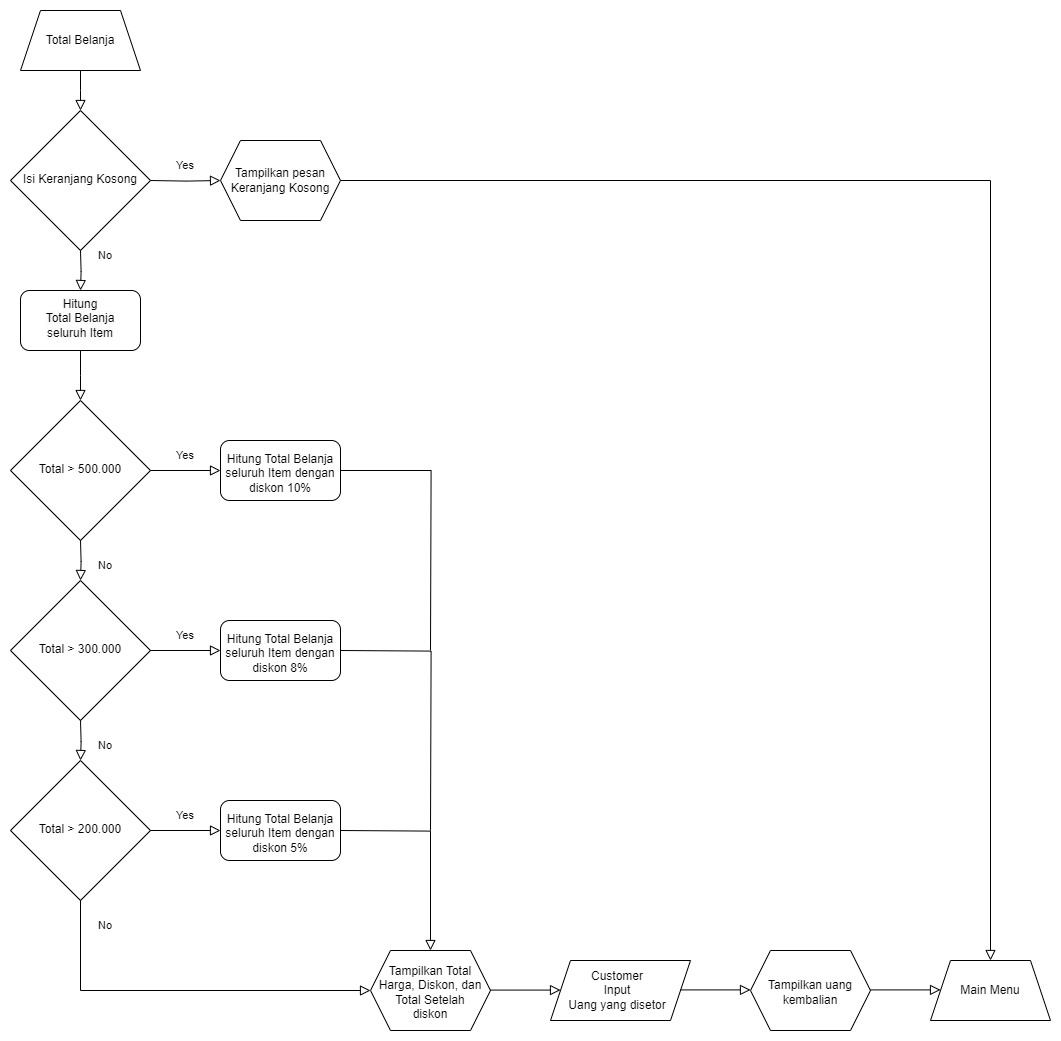
Earlier version of the draw.io export Flowchart/Totalbelanja.png (scofieId16/Super-Cashier). Source tidied: cells renumbered, new cells last; positions are measured from the earlier drawing's top-left corner, leaving out a move shared by most shapes.
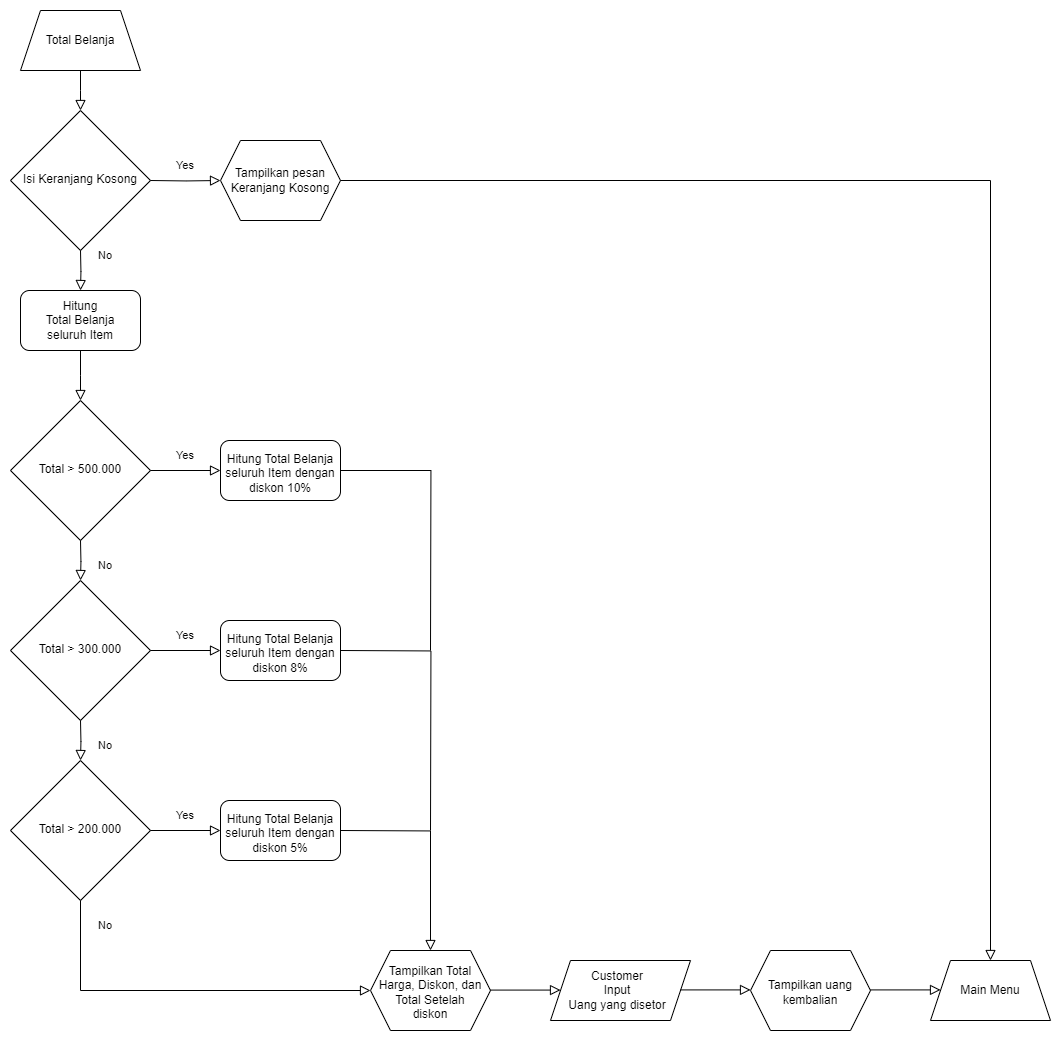
The same diagram one commit later.

Change to the diagram source:
```diff
@@ -117,7 +117,7 @@
     <mxCell id="28" value="&lt;span style=&quot;font-size: 11px;&quot;&gt;No&lt;/span&gt;" style="text;html=1;strokeColor=none;fillColor=none;align=center;verticalAlign=middle;whiteSpace=wrap;rounded=0;labelBackgroundColor=none;" parent="1" vertex="1">
       <mxGeometry x="80" y="900" width="30" height="30" as="geometry" />
     </mxCell>
-    <mxCell id="29" value="&#10;&lt;span style=&quot;color: rgb(0, 0, 0); font-family: Helvetica; font-size: 12px; font-style: normal; font-variant-ligatures: normal; font-variant-caps: normal; font-weight: 400; letter-spacing: normal; orphans: 2; text-align: center; text-indent: 0px; text-transform: none; widows: 2; word-spacing: 0px; -webkit-text-stroke-width: 0px; background-color: rgb(251, 251, 251); text-decoration-thickness: initial; text-decoration-style: initial; text-decoration-color: initial; float: none; display: inline !important;&quot;&gt;Hitung&lt;/span&gt;&lt;br style=&quot;border-color: var(--border-color); color: rgb(0, 0, 0); font-family: Helvetica; font-size: 12px; font-style: normal; font-variant-ligatures: normal; font-variant-caps: normal; font-weight: 400; letter-spacing: normal; orphans: 2; text-align: center; text-indent: 0px; text-transform: none; widows: 2; word-spacing: 0px; -webkit-text-stroke-width: 0px; background-color: rgb(251, 251, 251); text-decoration-thickness: initial; text-decoration-style: initial; text-decoration-color: initial;&quot;&gt;&lt;span style=&quot;color: rgb(0, 0, 0); font-family: Helvetica; font-size: 12px; font-style: normal; font-variant-ligatures: normal; font-variant-caps: normal; font-weight: 400; letter-spacing: normal; orphans: 2; text-align: center; text-indent: 0px; text-transform: none; widows: 2; word-spacing: 0px; -webkit-text-stroke-width: 0px; background-color: rgb(251, 251, 251); text-decoration-thickness: initial; text-decoration-style: initial; text-decoration-color: initial; float: none; display: inline !important;&quot;&gt;Total Belanja&lt;/span&gt;&lt;br style=&quot;border-color: var(--border-color); color: rgb(0, 0, 0); font-family: Helvetica; font-size: 12px; font-style: normal; font-variant-ligatures: normal; font-variant-caps: normal; font-weight: 400; letter-spacing: normal; orphans: 2; text-align: center; text-indent: 0px; text-transform: none; widows: 2; word-spacing: 0px; -webkit-text-stroke-width: 0px; background-color: rgb(251, 251, 251); text-decoration-thickness: initial; text-decoration-style: initial; text-decoration-color: initial;&quot;&gt;&lt;span style=&quot;color: rgb(0, 0, 0); font-family: Helvetica; font-size: 12px; font-style: normal; font-variant-ligatures: normal; font-variant-caps: normal; font-weight: 400; letter-spacing: normal; orphans: 2; text-align: center; text-indent: 0px; text-transform: none; widows: 2; word-spacing: 0px; -webkit-text-stroke-width: 0px; background-color: rgb(251, 251, 251); text-decoration-thickness: initial; text-decoration-style: initial; text-decoration-color: initial; float: none; display: inline !important;&quot;&gt;seluruh Item&lt;/span&gt;&#10;&#10;" style="rounded=1;whiteSpace=wrap;html=1;spacing=0;spacingTop=9;" parent="1" vertex="1">
+    <mxCell id="29" value="Hitung&lt;br style=&quot;border-color: var(--border-color);&quot;&gt;&lt;span style=&quot;border-color: var(--border-color);&quot;&gt;Total Belanja&lt;/span&gt;&lt;br style=&quot;border-color: var(--border-color);&quot;&gt;&lt;span style=&quot;border-color: var(--border-color);&quot;&gt;seluruh Item&lt;/span&gt;" style="rounded=1;whiteSpace=wrap;html=1;spacing=0;spacingTop=9;align=center;spacingBottom=10;" parent="1" vertex="1">
       <mxGeometry x="10" y="280" width="120" height="60" as="geometry" />
     </mxCell>
     <mxCell id="30" value="Hitung Total Belanja&lt;br style=&quot;border-color: var(--border-color);&quot;&gt;seluruh Item dengan diskon 10%" style="rounded=1;whiteSpace=wrap;html=1;spacing=0;spacingTop=6;" parent="1" vertex="1">
```
